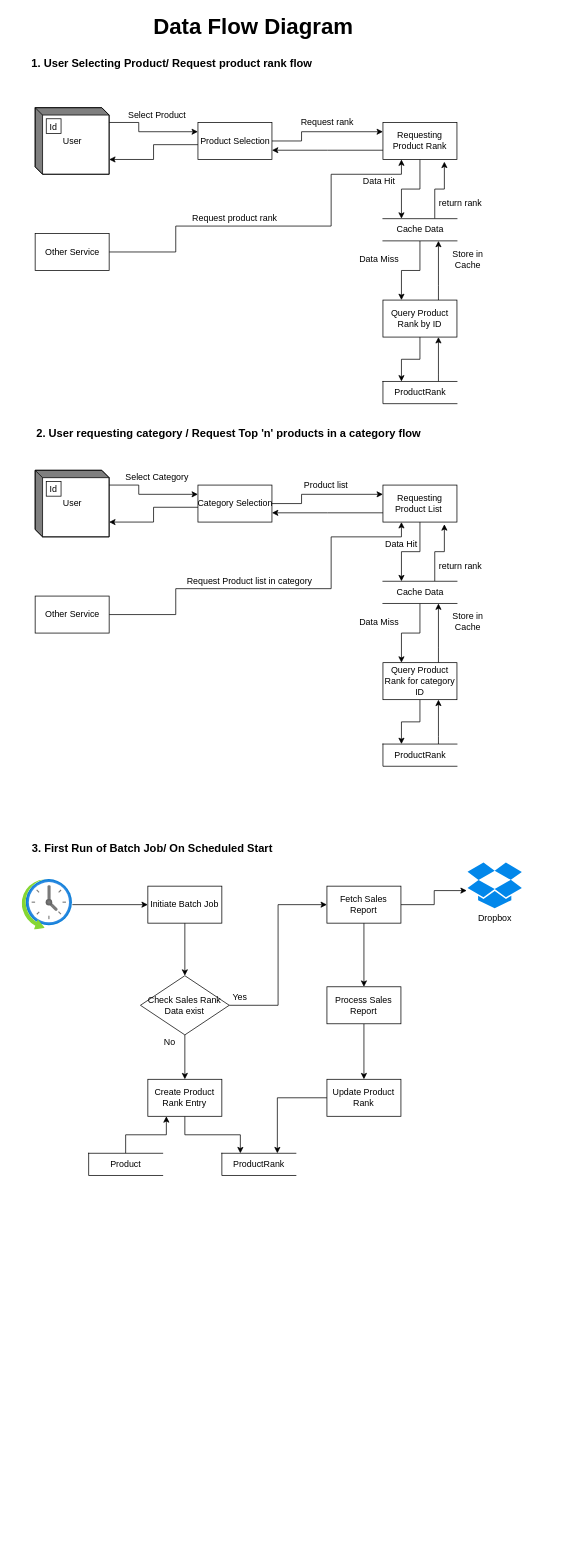
Before: page "Page-4" (4 of 5) of designs/ProductSalesRank/top-selling-product-design.drawio in svachantowin/techstart, a draw.io diagram. Source tidied: cells renumbered, new cells numbered last; positions are measured from the earlier drawing's top-left corner, leaving out a move shared by most shapes. Both pictures are drawn from the tidied source at 74%, with x=0, y=0 at pixel (13, 18).
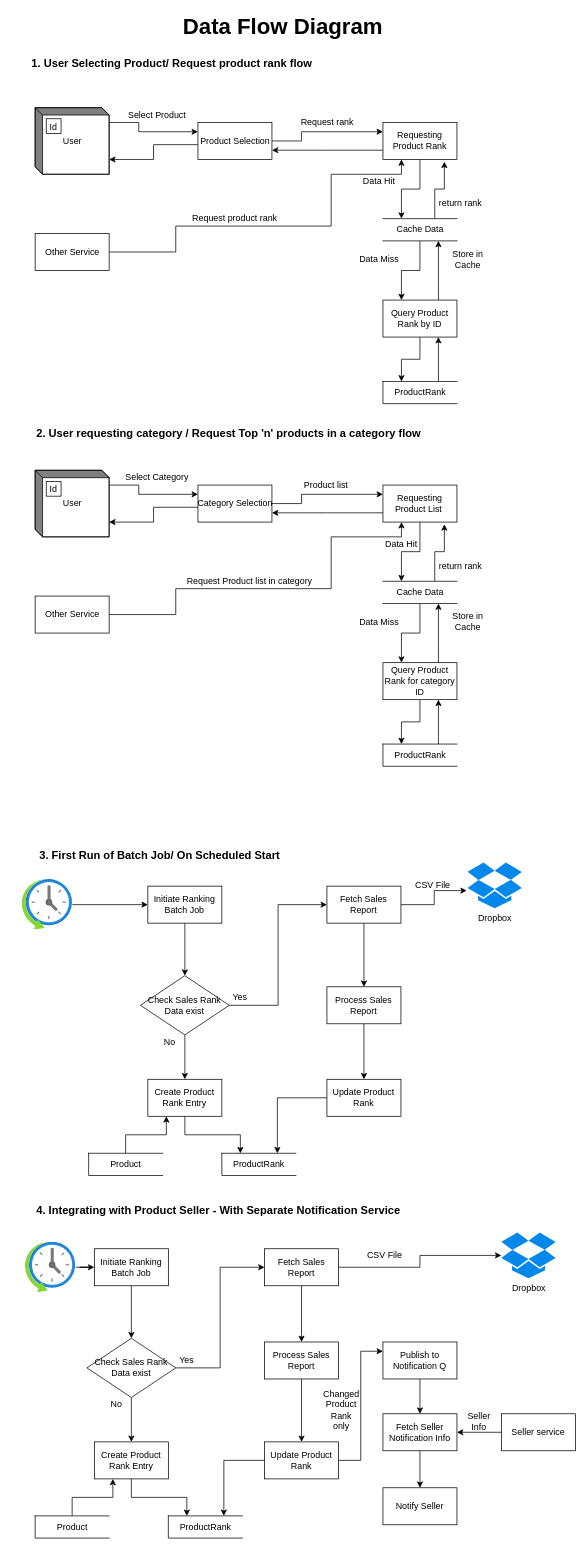
The same diagram, later.

What changed in the source:
```diff
@@
     <mxCell id="3" value="Data Flow Diagram" style="text;html=1;strokeColor=none;fillColor=none;align=center;verticalAlign=middle;whiteSpace=wrap;rounded=0;fontSize=30;fontStyle=1;" parent="1" vertex="1">
-      <mxGeometry x="70" width="510" height="20" as="geometry" />
+      <mxGeometry x="110" width="510" height="20" as="geometry" />
     </mxCell>
@@
-    <mxCell id="57" value="3. First Run of Batch Job/ On Scheduled Start" style="text;html=1;strokeColor=none;fillColor=none;align=left;verticalAlign=middle;whiteSpace=wrap;rounded=0;fontSize=15;fontStyle=1;" parent="1" vertex="1">
-      <mxGeometry x="24.3" y="1110" width="640" height="20" as="geometry" />
+    <mxCell id="57" value="4. Integrating with Product Seller - With Separate Notification Service" style="text;html=1;strokeColor=none;fillColor=none;align=left;verticalAlign=middle;whiteSpace=wrap;rounded=0;fontSize=15;fontStyle=1;" parent="1" vertex="1">
+      <mxGeometry x="30" y="1600" width="640" height="20" as="geometry" />
     </mxCell>
@@
-    <mxCell id="62" value="Initiate Batch Job" style="html=1;dashed=0;whitespace=wrap;fontSize=12;align=center;verticalAlign=middle;whiteSpace=wrap;" parent="1" vertex="1">
+    <mxCell id="62" value="Initiate Ranking Batch Job" style="html=1;dashed=0;whitespace=wrap;fontSize=12;align=center;verticalAlign=middle;whiteSpace=wrap;" parent="1" vertex="1">
       <mxGeometry x="182.3" y="1172" width="100" height="50" as="geometry" />
     </mxCell>
@@
+    <mxCell id="80" value="3. First Run of Batch Job/ On Scheduled Start" style="text;html=1;strokeColor=none;fillColor=none;align=left;verticalAlign=middle;whiteSpace=wrap;rounded=0;fontSize=15;fontStyle=1;" parent="1" vertex="1">
+      <mxGeometry x="34.3" y="1120" width="640" height="20" as="geometry" />
+    </mxCell>
+    <mxCell id="81" value="ProductRank" style="html=1;dashed=0;whitespace=wrap;shape=partialRectangle;right=0;fontSize=12;verticalAlign=middle;" parent="1" vertex="1">
+      <mxGeometry x="210" y="2023" width="100" height="30" as="geometry" />
+    </mxCell>
+    <mxCell id="82" style="edgeStyle=orthogonalEdgeStyle;rounded=0;jettySize=auto;html=1;fontSize=12;" parent="1" edge="1" source="83" target="85">
+      <mxGeometry relative="1" as="geometry" />
+    </mxCell>
+    <mxCell id="83" style="html=1;points=[];align=center;image;fontSize=12;image=img/lib/azure2/general/Scheduler.svg;" parent="1" vertex="1">
+      <mxGeometry x="16.6" y="1653" width="68" height="68" as="geometry" />
+    </mxCell>
+    <mxCell id="84" style="edgeStyle=orthogonalEdgeStyle;rounded=0;jettySize=auto;html=1;entryX=0.5;entryY=0;entryDx=0;entryDy=0;fontSize=12;" parent="1" edge="1" source="85" target="92">
+      <mxGeometry relative="1" as="geometry" />
+    </mxCell>
+    <mxCell id="85" value="Initiate Ranking Batch Job" style="html=1;dashed=0;whitespace=wrap;fontSize=12;align=center;verticalAlign=middle;whiteSpace=wrap;" parent="1" vertex="1">
+      <mxGeometry x="110" y="1662" width="100" height="50" as="geometry" />
+    </mxCell>
+    <mxCell id="86" style="edgeStyle=orthogonalEdgeStyle;rounded=0;jettySize=auto;html=1;fontSize=12;" parent="1" edge="1" source="88" target="89">
+      <mxGeometry relative="1" as="geometry" />
+    </mxCell>
+    <mxCell id="87" style="edgeStyle=orthogonalEdgeStyle;rounded=0;jettySize=auto;html=1;entryX=0.5;entryY=0;entryDx=0;entryDy=0;fontSize=12;" parent="1" edge="1" source="88" target="100">
+      <mxGeometry relative="1" as="geometry" />
+    </mxCell>
+    <mxCell id="88" value="Fetch Sales Report" style="html=1;dashed=0;whitespace=wrap;fontSize=12;align=center;verticalAlign=middle;whiteSpace=wrap;" parent="1" vertex="1">
+      <mxGeometry x="340" y="1662" width="100" height="50" as="geometry" />
+    </mxCell>
+    <mxCell id="89" value="Dropbox" style="dashed=0;outlineConnect=0;html=1;align=center;labelPosition=center;verticalLabelPosition=bottom;verticalAlign=top;shape=mxgraph.weblogos.dropbox;fillColor=#0287EA;" parent="1" vertex="1">
+      <mxGeometry x="660" y="1640" width="73.4" height="62" as="geometry" />
+    </mxCell>
+    <mxCell id="90" style="edgeStyle=orthogonalEdgeStyle;rounded=0;jettySize=auto;html=1;entryX=0;entryY=0.5;entryDx=0;entryDy=0;fontSize=12;" parent="1" edge="1" source="92" target="88">
+      <mxGeometry relative="1" as="geometry" />
+    </mxCell>
+    <mxCell id="91" style="edgeStyle=orthogonalEdgeStyle;rounded=0;jettySize=auto;html=1;entryX=0.5;entryY=0;entryDx=0;entryDy=0;fontSize=12;" parent="1" edge="1" source="92" target="94">
+      <mxGeometry relative="1" as="geometry" />
+    </mxCell>
+    <mxCell id="92" value="Check Sales Rank Data exist" style="shape=rhombus;html=1;dashed=0;whitespace=wrap;perimeter=rhombusPerimeter;fontSize=12;align=center;verticalAlign=middle;whiteSpace=wrap;" parent="1" vertex="1">
+      <mxGeometry x="100" y="1783" width="120" height="80" as="geometry" />
+    </mxCell>
+    <mxCell id="93" style="edgeStyle=orthogonalEdgeStyle;rounded=0;jettySize=auto;html=1;entryX=0.25;entryY=0;entryDx=0;entryDy=0;fontSize=12;" parent="1" edge="1" source="94" target="81">
+      <mxGeometry relative="1" as="geometry" />
+    </mxCell>
+    <mxCell id="94" value="Create Product Rank Entry" style="html=1;dashed=0;whitespace=wrap;fontSize=12;align=center;verticalAlign=middle;whiteSpace=wrap;" parent="1" vertex="1">
+      <mxGeometry x="110" y="1923" width="100" height="50" as="geometry" />
+    </mxCell>
+    <mxCell id="95" style="edgeStyle=orthogonalEdgeStyle;rounded=0;jettySize=auto;html=1;entryX=0.25;entryY=1;entryDx=0;entryDy=0;fontSize=12;" parent="1" edge="1" source="96" target="94">
+      <mxGeometry relative="1" as="geometry" />
+    </mxCell>
+    <mxCell id="96" value="Product" style="html=1;dashed=0;whitespace=wrap;shape=partialRectangle;right=0;fontSize=12;verticalAlign=middle;" parent="1" vertex="1">
+      <mxGeometry x="30" y="2023" width="100" height="30" as="geometry" />
+    </mxCell>
+    <mxCell id="97" value="No" style="text;html=1;strokeColor=none;fillColor=none;align=center;verticalAlign=middle;whiteSpace=wrap;rounded=0;fontSize=12;" parent="1" vertex="1">
+      <mxGeometry x="120" y="1863" width="40" height="20" as="geometry" />
+    </mxCell>
+    <mxCell id="98" value="Yes" style="text;html=1;strokeColor=none;fillColor=none;align=center;verticalAlign=middle;whiteSpace=wrap;rounded=0;fontSize=12;" parent="1" vertex="1">
+      <mxGeometry x="215" y="1803" width="40" height="20" as="geometry" />
+    </mxCell>
+    <mxCell id="99" style="edgeStyle=orthogonalEdgeStyle;rounded=0;jettySize=auto;html=1;entryX=0.5;entryY=0;entryDx=0;entryDy=0;fontSize=12;" parent="1" edge="1" source="100" target="103">
+      <mxGeometry relative="1" as="geometry" />
+    </mxCell>
+    <mxCell id="100" value="Process Sales Report" style="html=1;dashed=0;whitespace=wrap;fontSize=12;align=center;verticalAlign=middle;whiteSpace=wrap;" parent="1" vertex="1">
+      <mxGeometry x="340" y="1788" width="100" height="50" as="geometry" />
+    </mxCell>
+    <mxCell id="101" style="edgeStyle=orthogonalEdgeStyle;rounded=0;jettySize=auto;html=1;entryX=0.75;entryY=0;entryDx=0;entryDy=0;fontSize=12;" parent="1" edge="1" source="103" target="81">
+      <mxGeometry relative="1" as="geometry" />
+    </mxCell>
+    <mxCell id="102" style="edgeStyle=orthogonalEdgeStyle;rounded=0;jettySize=auto;html=1;entryX=0;entryY=0.25;entryDx=0;entryDy=0;fontSize=12;" parent="1" edge="1" source="103" target="105">
+      <mxGeometry relative="1" as="geometry" />
+    </mxCell>
+    <mxCell id="103" value="Update Product Rank" style="html=1;dashed=0;whitespace=wrap;fontSize=12;align=center;verticalAlign=middle;whiteSpace=wrap;" parent="1" vertex="1">
+      <mxGeometry x="340" y="1923" width="100" height="50" as="geometry" />
+    </mxCell>
+    <mxCell id="104" style="edgeStyle=orthogonalEdgeStyle;rounded=0;jettySize=auto;html=1;entryX=0.5;entryY=0;entryDx=0;entryDy=0;fontSize=12;" parent="1" edge="1" source="105" target="107">
+      <mxGeometry relative="1" as="geometry" />
+    </mxCell>
+    <mxCell id="105" value="Publish to Notification Q" style="html=1;dashed=0;whitespace=wrap;fontSize=12;align=center;verticalAlign=middle;whiteSpace=wrap;" parent="1" vertex="1">
+      <mxGeometry x="500" y="1788" width="100" height="50" as="geometry" />
+    </mxCell>
+    <mxCell id="106" style="edgeStyle=orthogonalEdgeStyle;rounded=0;jettySize=auto;html=1;fontSize=12;" parent="1" edge="1" source="107" target="108">
+      <mxGeometry relative="1" as="geometry" />
+    </mxCell>
+    <mxCell id="107" value="Fetch Seller Notification Info" style="html=1;dashed=0;whitespace=wrap;fontSize=12;align=center;verticalAlign=middle;whiteSpace=wrap;" parent="1" vertex="1">
+      <mxGeometry x="500" y="1885" width="100" height="50" as="geometry" />
+    </mxCell>
+    <mxCell id="108" value="Notify Seller" style="html=1;dashed=0;whitespace=wrap;fontSize=12;align=center;verticalAlign=middle;whiteSpace=wrap;" parent="1" vertex="1">
+      <mxGeometry x="500" y="1985" width="100" height="50" as="geometry" />
+    </mxCell>
+    <mxCell id="109" style="edgeStyle=orthogonalEdgeStyle;rounded=0;jettySize=auto;html=1;entryX=1;entryY=0.5;entryDx=0;entryDy=0;fontSize=12;" parent="1" edge="1" source="110" target="107">
+      <mxGeometry relative="1" as="geometry" />
+    </mxCell>
+    <mxCell id="110" value="Seller service" style="html=1;dashed=0;whitespace=wrap;fontSize=12;align=center;verticalAlign=middle;whiteSpace=wrap;" parent="1" vertex="1">
+      <mxGeometry x="660" y="1885" width="100" height="50" as="geometry" />
+    </mxCell>
+    <mxCell id="111" value="Seller Info" style="text;html=1;strokeColor=none;fillColor=none;align=center;verticalAlign=middle;whiteSpace=wrap;rounded=0;fontSize=12;" parent="1" vertex="1">
+      <mxGeometry x="610" y="1885" width="40" height="20" as="geometry" />
+    </mxCell>
+    <mxCell id="112" value="Changed Product Rank only" style="text;html=1;strokeColor=none;fillColor=none;align=center;verticalAlign=middle;whiteSpace=wrap;rounded=0;fontSize=12;" parent="1" vertex="1">
+      <mxGeometry x="424.3" y="1855" width="40" height="50" as="geometry" />
+    </mxCell>
+    <mxCell id="113" value="CSV File" style="text;html=1;strokeColor=none;fillColor=none;align=center;verticalAlign=middle;whiteSpace=wrap;rounded=0;fontSize=12;" parent="1" vertex="1">
+      <mxGeometry x="475" y="1661" width="55" height="20" as="geometry" />
+    </mxCell>
+    <mxCell id="114" value="CSV File" style="text;html=1;strokeColor=none;fillColor=none;align=center;verticalAlign=middle;whiteSpace=wrap;rounded=0;fontSize=12;" parent="1" vertex="1">
+      <mxGeometry x="540" y="1161" width="55" height="20" as="geometry" />
+    </mxCell>
```
